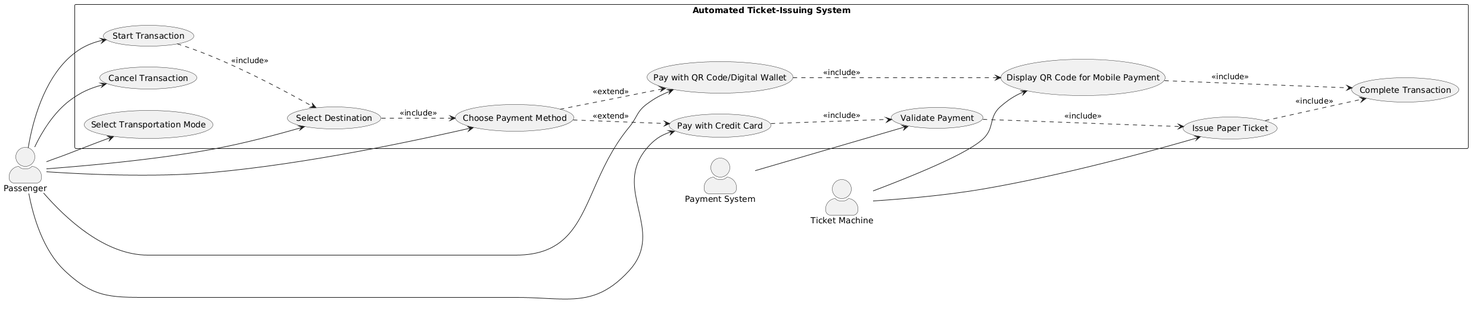
Dranov220805/Ticket_Vendor_Machine keeps this PlantUML diagram as UseCase_Sequence_StateChart_Class_Diagram/UseCaseDiagram_TicketVendorMachine.png. Above is the earlier version.
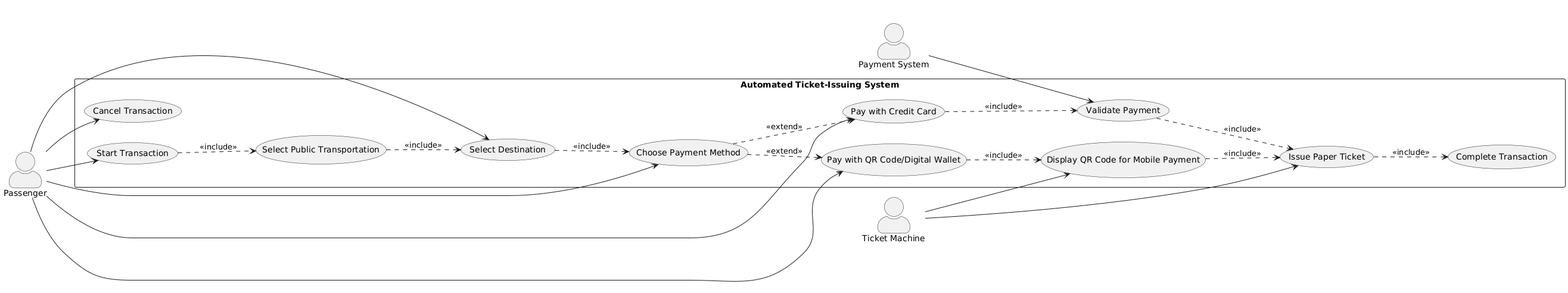
After the commit.

The edit, as a diff of the source:
```diff
@@ -17,7 +17,7 @@
   usecase "Display QR Code for Mobile Payment" as UC8
   usecase "Complete Transaction" as UC9
   usecase "Cancel Transaction" as UC10
-  usecase "Select Transportation Mode" as UC11
+  usecase "Select Public Transportation" as UC12
 }
 
 passenger --> UC1
@@ -26,17 +26,17 @@
 passenger --> UC4
 passenger --> UC5
 passenger --> UC10
-passenger --> UC11
 
-UC1 ..> UC2 : <<include>>
+UC1 ..> UC12 : <<include>>
+UC12 ..> UC2 : <<include>>
 UC2 ..> UC3 : <<include>>
 UC3 ..> UC4 : <<extend>>
 UC3 ..> UC5 : <<extend>>
 UC4 ..> UC6 : <<include>>
 UC5 ..> UC8 : <<include>>
 UC6 ..> UC7 : <<include>>
+UC8 ..> UC7 : <<include>>
 UC7 ..> UC9 : <<include>>
-UC8 ..> UC9 : <<include>>
 
 payment --> UC6
 machine --> UC7
```
